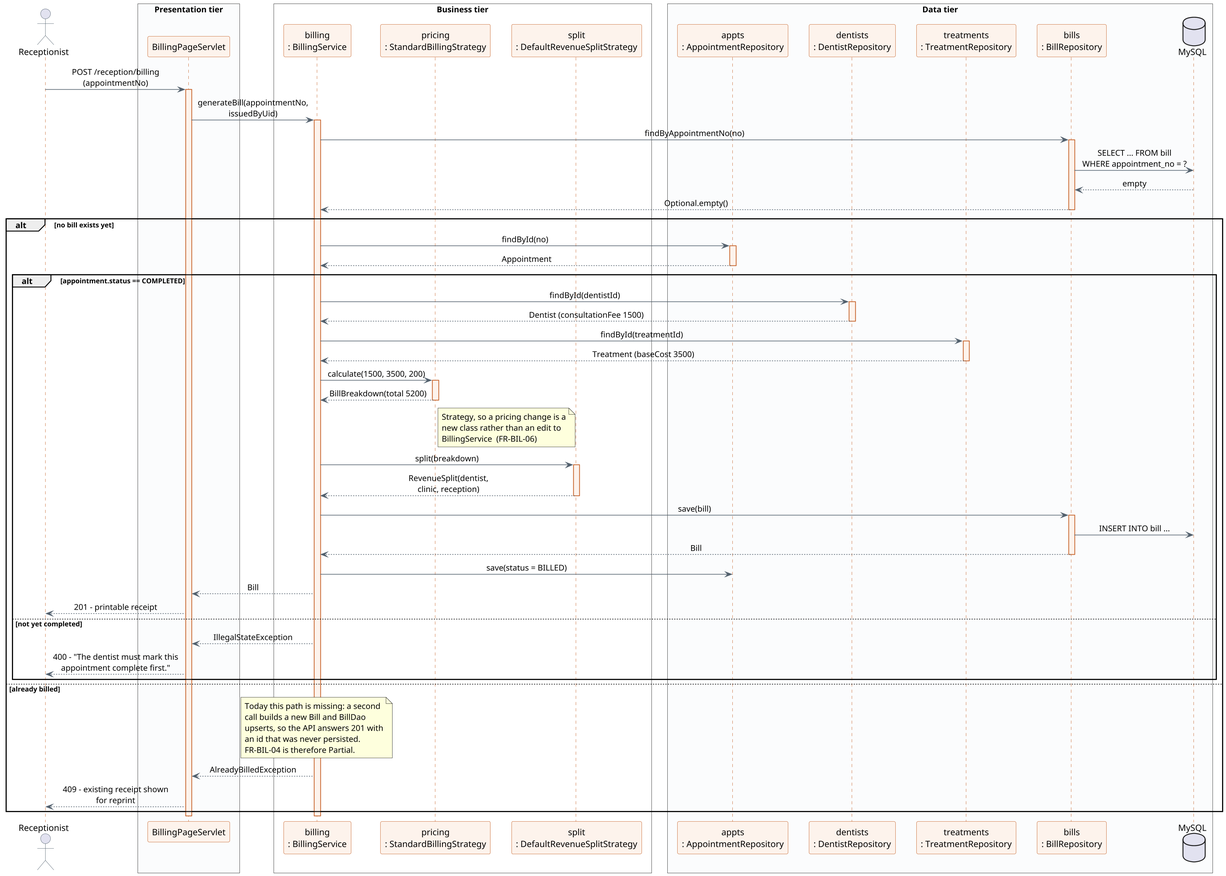
The PlantUML diagram modular/docs/sequence/seq_issue_bill.png in ShakyaRanasinghe/sunrise-dental-clinic, before a commit. The source it was exported from:
```plantuml
@startuml seq_issue_bill
!pragma layout smetana
skinparam dpi 150
skinparam backgroundColor #FFFFFF
skinparam shadowing false
skinparam sequenceMessageAlign center
skinparam maxMessageSize 220
skinparam ParticipantPadding 12
skinparam BoxPadding 12
skinparam sequence {
  ArrowColor #52606D
  LifeLineBorderColor #C2571A
  LifeLineBackgroundColor #FDF3EC
  ParticipantBorderColor #C2571A
  ParticipantBackgroundColor #FDF3EC
  ActorBorderColor #52606D
}

actor "Receptionist" as U

box "Presentation tier" #FBFCFD
  participant "BillingPageServlet" as SV
end box
box "Business tier" #FFFFFF
  participant "billing\n: BillingService" as BS
  participant "pricing\n: StandardBillingStrategy" as PS
  participant "split\n: DefaultRevenueSplitStrategy" as RS
end box
box "Data tier" #FBFCFD
  participant "appts\n: AppointmentRepository" as AR
  participant "dentists\n: DentistRepository" as DR
  participant "treatments\n: TreatmentRepository" as TR
  participant "bills\n: BillRepository" as BR
  database "MySQL" as DB
end box

U -> SV : POST /reception/billing\n(appointmentNo)
activate SV

SV -> BS : generateBill(appointmentNo,\nissuedByUid)
activate BS

BS -> BR : findByAppointmentNo(no)
activate BR
BR -> DB : SELECT ... FROM bill\nWHERE appointment_no = ?
DB --> BR : empty
BR --> BS : Optional.empty()
deactivate BR

alt no bill exists yet
  BS -> AR : findById(no)
  activate AR
  AR --> BS : Appointment
  deactivate AR

  alt appointment.status == COMPLETED
    BS -> DR : findById(dentistId)
    activate DR
    DR --> BS : Dentist (consultationFee 1500)
    deactivate DR

    BS -> TR : findById(treatmentId)
    activate TR
    TR --> BS : Treatment (baseCost 3500)
    deactivate TR

    BS -> PS : calculate(1500, 3500, 200)
    activate PS
    PS --> BS : BillBreakdown(total 5200)
    deactivate PS
    note right of PS
      Strategy, so a pricing change is a
      new class rather than an edit to
      BillingService  (FR-BIL-06)
    end note

    BS -> RS : split(breakdown)
    activate RS
    RS --> BS : RevenueSplit(dentist,\nclinic, reception)
    deactivate RS

    BS -> BR : save(bill)
    activate BR
    BR -> DB : INSERT INTO bill ...
    BR --> BS : Bill
    deactivate BR

    BS -> AR : save(status = BILLED)
    BS --> SV : Bill
    SV --> U : 201 - printable receipt

  else not yet completed
    BS --> SV : IllegalStateException
    SV --> U : 400 - "The dentist must mark this\nappointment complete first."
  end

else already billed
  note over BS
    Today this path is missing: a second
    call builds a new Bill and BillDao
    upserts, so the API answers 201 with
    an id that was never persisted.
    FR-BIL-04 is therefore Partial.
  end note
  BS --> SV : AlreadyBilledException
  SV --> U : 409 - existing receipt shown\nfor reprint
end

deactivate BS
deactivate SV

@enduml
```
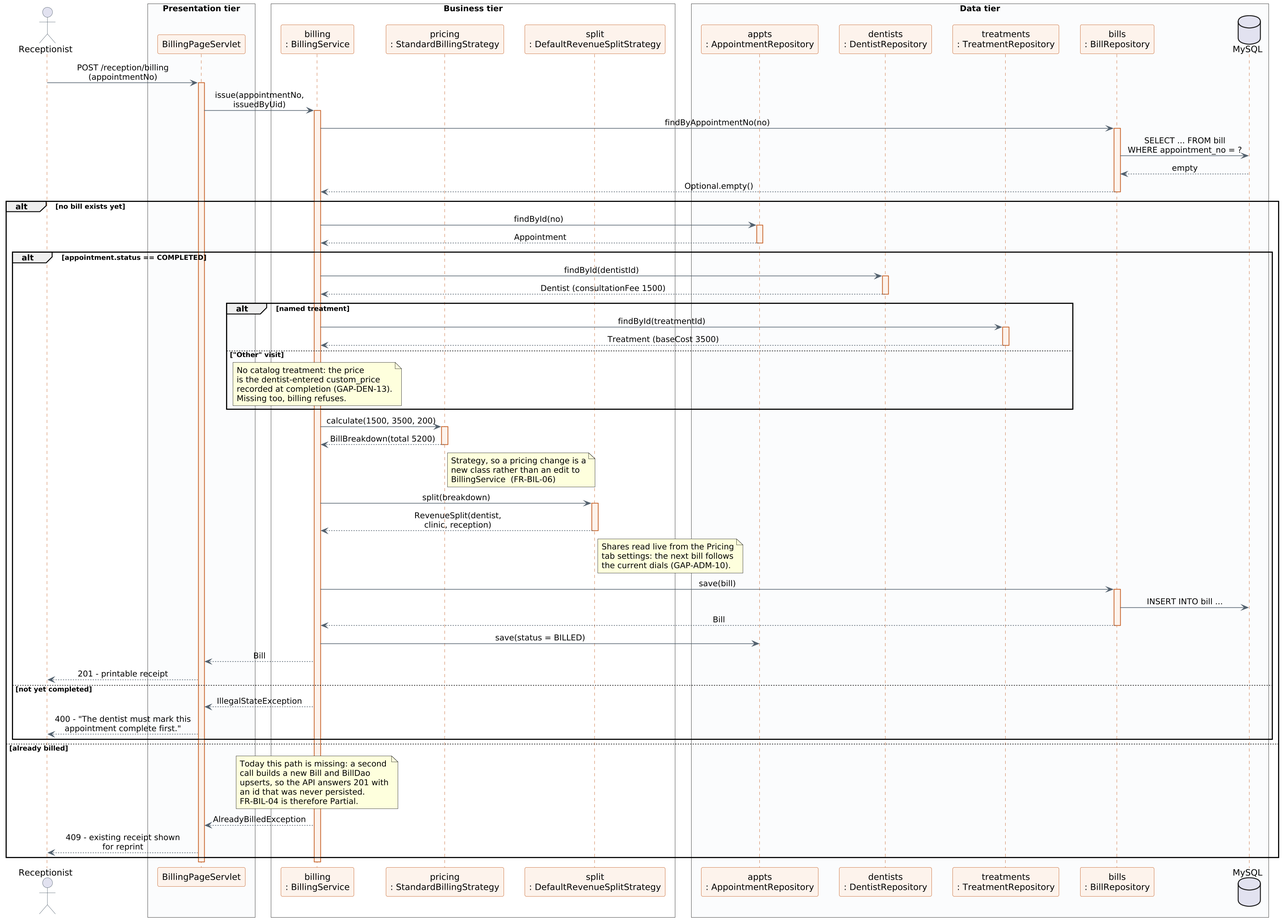
Above is the later version.

Diff of the diagram source:
```diff
@@ -37,7 +37,7 @@
 U -> SV : POST /reception/billing\n(appointmentNo)
 activate SV
 
-SV -> BS : generateBill(appointmentNo,\nissuedByUid)
+SV -> BS : issue(appointmentNo,\nissuedByUid)
 activate BS
 
 BS -> BR : findByAppointmentNo(no)
@@ -59,10 +59,19 @@
     DR --> BS : Dentist (consultationFee 1500)
     deactivate DR
 
-    BS -> TR : findById(treatmentId)
-    activate TR
-    TR --> BS : Treatment (baseCost 3500)
-    deactivate TR
+    alt named treatment
+      BS -> TR : findById(treatmentId)
+      activate TR
+      TR --> BS : Treatment (baseCost 3500)
+      deactivate TR
+    else "Other" visit
+      note over BS
+        No catalog treatment: the price
+        is the dentist-entered custom_price
+        recorded at completion (GAP-DEN-13).
+        Missing too, billing refuses.
+      end note
+    end
 
     BS -> PS : calculate(1500, 3500, 200)
     activate PS
@@ -78,6 +87,11 @@
     activate RS
     RS --> BS : RevenueSplit(dentist,\nclinic, reception)
     deactivate RS
+    note right of RS
+      Shares read live from the Pricing
+      tab settings: the next bill follows
+      the current dials (GAP-ADM-10).
+    end note
 
     BS -> BR : save(bill)
     activate BR
```
